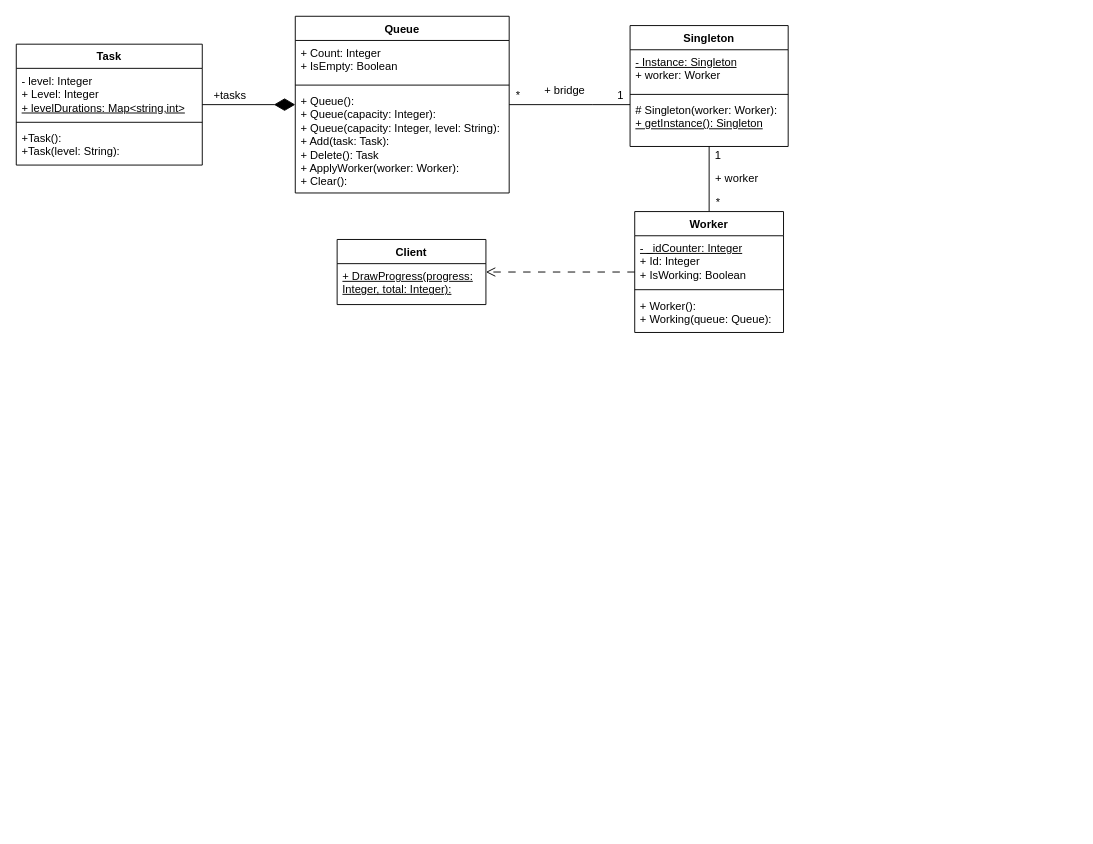
Above: lab01/lab01/Singleton.drawio.xml in UWU-Sharky/Shmakov_OOAP (draw.io), before the change. Source tidied: cells renumbered, new cells numbered last; positions are measured from the earlier drawing's top-left corner, leaving out a move shared by most shapes. Both pictures are drawn from the tidied source at 93%, with x=0, y=0 at pixel (16, 16).
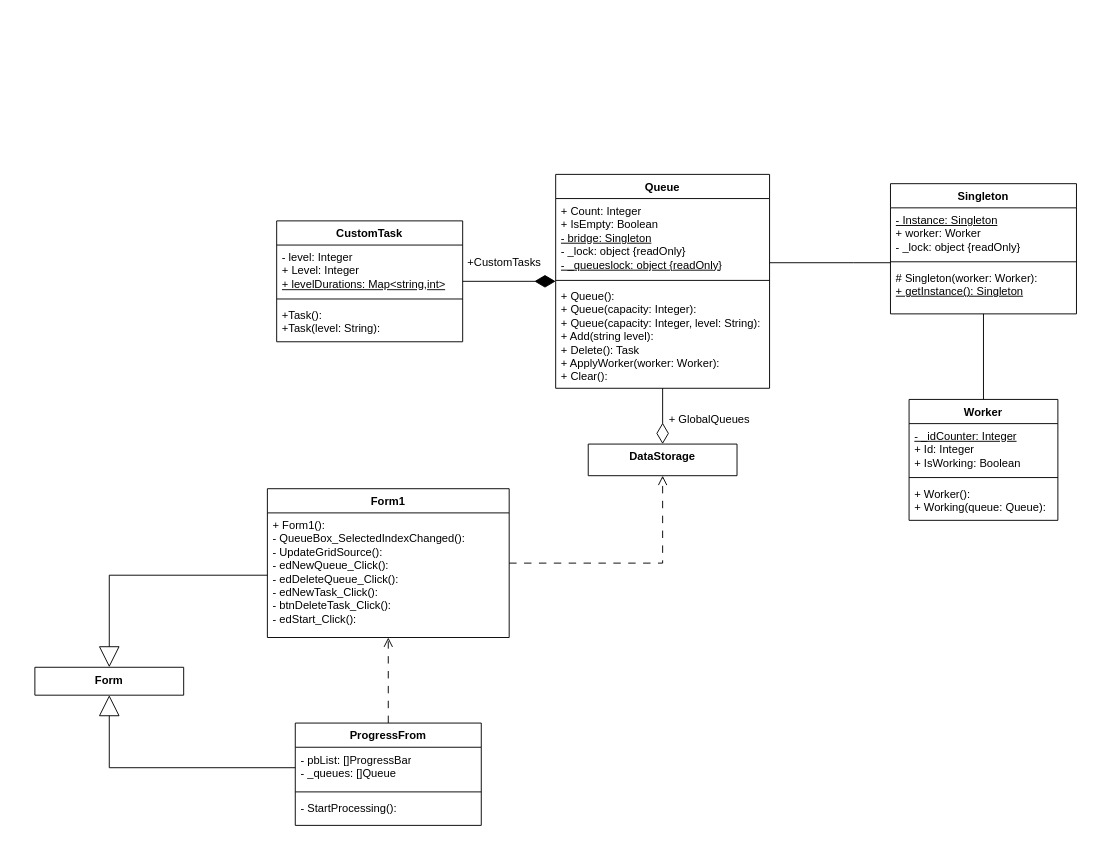
After the change.

Commit message (it also covers changes not shown here):
UPD Diagram

Diff of the diagram source:
```diff
@@
-    <mxCell id="2" value="Task" style="swimlane;fontStyle=1;align=center;verticalAlign=top;horizontal=1;startSize=26;whiteSpace=wrap;html=1;" parent="1" vertex="1">
-      <mxGeometry y="30" width="200" height="130" as="geometry" />
+    <mxCell id="2" value="CustomTask" style="swimlane;fontStyle=1;align=center;verticalAlign=top;horizontal=1;startSize=26;whiteSpace=wrap;html=1;" parent="1" vertex="1">
+      <mxGeometry x="280" y="220" width="200" height="130" as="geometry" />
     </mxCell>
@@
     <mxCell id="7" value="Queue" style="swimlane;fontStyle=1;align=center;verticalAlign=top;horizontal=1;startSize=26;whiteSpace=wrap;html=1;" parent="1" vertex="1">
-      <mxGeometry x="300" width="230" height="190" as="geometry" />
+      <mxGeometry x="580" y="170" width="230" height="230" as="geometry" />
     </mxCell>
-    <mxCell id="8" value="&lt;div&gt;+ Count: Integer&lt;/div&gt;&lt;div&gt;+ IsEmpty: Boolean&lt;/div&gt;" style="text;strokeColor=none;fillColor=none;align=left;verticalAlign=top;spacingLeft=4;spacingRight=4;overflow=hidden;whiteSpace=wrap;html=1;" parent="7" vertex="1">
-      <mxGeometry y="26" width="230" height="44" as="geometry" />
+    <mxCell id="8" value="&lt;div&gt;+ Count: Integer&lt;/div&gt;&lt;div&gt;+ IsEmpty: Boolean&lt;/div&gt;&lt;div&gt;&lt;u&gt;- bridge: Singleton&lt;/u&gt;&lt;/div&gt;&lt;div&gt;- _lock: object {readOnly}&lt;/div&gt;&lt;div&gt;&lt;u&gt;- _queueslock: object {readOnly}&lt;/u&gt;&lt;/div&gt;" style="text;strokeColor=none;fillColor=none;align=left;verticalAlign=top;spacingLeft=4;spacingRight=4;overflow=hidden;whiteSpace=wrap;html=1;" parent="7" vertex="1">
+      <mxGeometry y="26" width="230" height="84" as="geometry" />
     </mxCell>
     <mxCell id="9" style="line;strokeWidth=1;fillColor=none;align=left;verticalAlign=middle;spacingTop=-1;spacingLeft=3;spacingRight=3;labelPosition=right;strokeColor=inherit;" parent="7" vertex="1">
-      <mxGeometry y="70" width="230" height="8" as="geometry" />
+      <mxGeometry y="110" width="230" height="8" as="geometry" />
     </mxCell>
-    <mxCell id="10" value="+ Queue():&lt;div&gt;+&amp;nbsp;&lt;span style=&quot;background-color: transparent; color: light-dark(rgb(0, 0, 0), rgb(255, 255, 255));&quot;&gt;Queue(capacity: Integer):&lt;/span&gt;&lt;/div&gt;&lt;div&gt;+&amp;nbsp;&lt;span style=&quot;color: light-dark(rgb(0, 0, 0), rgb(255, 255, 255)); background-color: transparent;&quot;&gt;Queue(capacity: Integer, level: String):&lt;/span&gt;&lt;span style=&quot;background-color: transparent; color: light-dark(rgb(0, 0, 0), rgb(255, 255, 255));&quot;&gt;&lt;/span&gt;&lt;/div&gt;&lt;div&gt;+ Add(task: Task):&lt;/div&gt;&lt;div&gt;+ Delete(): Task&lt;/div&gt;&lt;div&gt;+ ApplyWorker(worker: Worker):&amp;nbsp;&lt;/div&gt;&lt;div&gt;+ Clear():&amp;nbsp;&lt;/div&gt;" style="text;strokeColor=none;fillColor=none;align=left;verticalAlign=top;spacingLeft=4;spacingRight=4;overflow=hidden;whiteSpace=wrap;html=1;" parent="7" vertex="1">
-      <mxGeometry y="78" width="230" height="112" as="geometry" />
+    <mxCell id="10" value="+ Queue():&lt;div&gt;+&amp;nbsp;&lt;span style=&quot;background-color: transparent; color: light-dark(rgb(0, 0, 0), rgb(255, 255, 255));&quot;&gt;Queue(capacity: Integer):&lt;/span&gt;&lt;/div&gt;&lt;div&gt;+&amp;nbsp;&lt;span style=&quot;color: light-dark(rgb(0, 0, 0), rgb(255, 255, 255)); background-color: transparent;&quot;&gt;Queue(capacity: Integer, level: String):&lt;/span&gt;&lt;span style=&quot;background-color: transparent; color: light-dark(rgb(0, 0, 0), rgb(255, 255, 255));&quot;&gt;&lt;/span&gt;&lt;/div&gt;&lt;div&gt;+ Add(string level):&lt;/div&gt;&lt;div&gt;+ Delete(): Task&lt;/div&gt;&lt;div&gt;+ ApplyWorker(worker: Worker):&amp;nbsp;&lt;/div&gt;&lt;div&gt;+ Clear():&amp;nbsp;&lt;/div&gt;" style="text;strokeColor=none;fillColor=none;align=left;verticalAlign=top;spacingLeft=4;spacingRight=4;overflow=hidden;whiteSpace=wrap;html=1;" parent="7" vertex="1">
+      <mxGeometry y="118" width="230" height="112" as="geometry" />
     </mxCell>
-    <mxCell id="11" value="+tasks" style="text;html=1;whiteSpace=wrap;strokeColor=none;fillColor=none;align=center;verticalAlign=middle;rounded=0;" parent="1" vertex="1">
-      <mxGeometry x="200" y="70" width="60" height="30" as="geometry" />
+    <mxCell id="11" value="+CustomTasks" style="text;html=1;whiteSpace=wrap;strokeColor=none;fillColor=none;align=center;verticalAlign=middle;rounded=0;" parent="1" vertex="1">
+      <mxGeometry x="490" y="250" width="70" height="30" as="geometry" />
     </mxCell>
     <mxCell id="12" style="edgeStyle=orthogonalEdgeStyle;rounded=0;jettySize=auto;html=1;endArrow=none;endFill=0;" parent="1" edge="1" source="13" target="7">
       <mxGeometry relative="1" as="geometry">
         <Array as="points">
-          <mxPoint x="620" y="95" />
-          <mxPoint x="620" y="95" />
+          <mxPoint x="900" y="265" />
+          <mxPoint x="900" y="265" />
         </Array>
       </mxGeometry>
     </mxCell>
     <mxCell id="13" value="Singleton" style="swimlane;fontStyle=1;align=center;verticalAlign=top;horizontal=1;startSize=26;whiteSpace=wrap;html=1;" parent="1" vertex="1">
-      <mxGeometry x="660" y="10" width="170" height="130" as="geometry" />
+      <mxGeometry x="940" y="180" width="200" height="140" as="geometry" />
     </mxCell>
-    <mxCell id="14" value="&lt;u&gt;- Instance: Singleton&lt;/u&gt;&lt;div&gt;+ worker: Worker&lt;/div&gt;" style="text;strokeColor=none;fillColor=none;align=left;verticalAlign=top;spacingLeft=4;spacingRight=4;overflow=hidden;whiteSpace=wrap;html=1;" parent="13" vertex="1">
-      <mxGeometry y="26" width="170" height="44" as="geometry" />
+    <mxCell id="14" value="&lt;u&gt;- Instance: Singleton&lt;/u&gt;&lt;div&gt;+ worker: Worker&lt;/div&gt;&lt;div&gt;- _lock: object {readOnly}&lt;/div&gt;" style="text;strokeColor=none;fillColor=none;align=left;verticalAlign=top;spacingLeft=4;spacingRight=4;overflow=hidden;whiteSpace=wrap;html=1;" parent="13" vertex="1">
+      <mxGeometry y="26" width="200" height="54" as="geometry" />
     </mxCell>
     <mxCell id="15" style="line;strokeWidth=1;fillColor=none;align=left;verticalAlign=middle;spacingTop=-1;spacingLeft=3;spacingRight=3;labelPosition=right;strokeColor=inherit;" parent="13" vertex="1">
-      <mxGeometry y="70" width="170" height="8" as="geometry" />
+      <mxGeometry y="80" width="200" height="8" as="geometry" />
     </mxCell>
     <mxCell id="16" value="# Singleton(worker: Worker):&lt;div&gt;&lt;u&gt;+ getInstance(): Singleton&lt;/u&gt;&lt;/div&gt;" style="text;strokeColor=none;fillColor=none;align=left;verticalAlign=top;spacingLeft=4;spacingRight=4;overflow=hidden;whiteSpace=wrap;html=1;" parent="13" vertex="1">
-      <mxGeometry y="78" width="170" height="52" as="geometry" />
+      <mxGeometry y="88" width="200" height="52" as="geometry" />
     </mxCell>
-    <mxCell id="17" value="+ bridge" style="text;html=1;whiteSpace=wrap;strokeColor=none;fillColor=none;align=center;verticalAlign=middle;rounded=0;" parent="1" vertex="1">
-      <mxGeometry x="560" y="65" width="60" height="30" as="geometry" />
-    </mxCell>
-    <mxCell id="18" value="1" style="text;html=1;whiteSpace=wrap;strokeColor=none;fillColor=none;align=center;verticalAlign=middle;rounded=0;" parent="1" vertex="1">
-      <mxGeometry x="640" y="75" width="20" height="20" as="geometry" />
-    </mxCell>
-    <mxCell id="19" value="*" style="text;html=1;whiteSpace=wrap;strokeColor=none;fillColor=none;align=center;verticalAlign=middle;rounded=0;" parent="1" vertex="1">
-      <mxGeometry x="530" y="75" width="20" height="20" as="geometry" />
-    </mxCell>
@@
-    <mxCell id="21" style="edgeStyle=orthogonalEdgeStyle;rounded=0;jettySize=auto;html=1;dashed=1;dashPattern=8 8;endArrow=open;endFill=0;endSize=8;" parent="1" edge="1" source="22" target="29">
-      <mxGeometry relative="1" as="geometry" />
-    </mxCell>
     <mxCell id="22" value="Worker" style="swimlane;fontStyle=1;align=center;verticalAlign=top;horizontal=1;startSize=26;whiteSpace=wrap;html=1;" parent="1" vertex="1">
-      <mxGeometry x="665" y="210" width="160" height="130" as="geometry" />
+      <mxGeometry x="960" y="412" width="160" height="130" as="geometry" />
     </mxCell>
@@
-    <mxCell id="26" value="+ worker" style="text;html=1;whiteSpace=wrap;strokeColor=none;fillColor=none;align=center;verticalAlign=middle;rounded=0;" parent="1" vertex="1">
-      <mxGeometry x="745" y="160" width="60" height="30" as="geometry" />
-    </mxCell>
-    <mxCell id="27" value="1" style="text;html=1;whiteSpace=wrap;strokeColor=none;fillColor=none;align=center;verticalAlign=middle;rounded=0;" parent="1" vertex="1">
-      <mxGeometry x="745" y="140" width="20" height="20" as="geometry" />
-    </mxCell>
-    <mxCell id="28" value="*" style="text;html=1;whiteSpace=wrap;strokeColor=none;fillColor=none;align=center;verticalAlign=middle;rounded=0;" parent="1" vertex="1">
-      <mxGeometry x="745" y="190" width="20" height="20" as="geometry" />
-    </mxCell>
-    <mxCell id="29" value="Client" style="swimlane;fontStyle=1;align=center;verticalAlign=top;horizontal=1;startSize=26;whiteSpace=wrap;html=1;" parent="1" vertex="1">
-      <mxGeometry x="345" y="240" width="160" height="70" as="geometry" />
-    </mxCell>
-    <mxCell id="30" value="&lt;u&gt;+ DrawProgress(progress: Integer, total: Integer):&lt;/u&gt;" style="text;strokeColor=none;fillColor=none;align=left;verticalAlign=top;spacingLeft=4;spacingRight=4;overflow=hidden;whiteSpace=wrap;html=1;" parent="29" vertex="1">
-      <mxGeometry y="26" width="160" height="44" as="geometry" />
-    </mxCell>
+    <mxCell id="31" style="edgeStyle=orthogonalEdgeStyle;rounded=0;jettySize=auto;html=1;entryX=0.5;entryY=1;entryDx=0;entryDy=0;dashed=1;dashPattern=8 8;endArrow=open;endFill=0;startSize=8;endSize=8;" parent="1" edge="1" source="32" target="35">
+      <mxGeometry relative="1" as="geometry" />
+    </mxCell>
+    <mxCell id="32" value="Form1" style="swimlane;fontStyle=1;align=center;verticalAlign=top;horizontal=1;startSize=26;whiteSpace=wrap;html=1;" parent="1" vertex="1">
+      <mxGeometry x="270" y="508" width="260" height="160" as="geometry" />
+    </mxCell>
+    <mxCell id="33" value="+ Form1():&lt;div&gt;- QueueBox_SelectedIndexChanged():&amp;nbsp;&lt;/div&gt;&lt;div&gt;- UpdateGridSource():&lt;/div&gt;&lt;div&gt;- edNewQueue_Click():&lt;/div&gt;&lt;div&gt;-&amp;nbsp;edDeleteQueue_Click():&lt;/div&gt;&lt;div&gt;-&amp;nbsp;edNewTask_Click():&lt;/div&gt;&lt;div&gt;- btnDeleteTask_Click():&amp;nbsp;&lt;/div&gt;&lt;div&gt;- edStart_Click():&lt;/div&gt;" style="text;strokeColor=none;fillColor=none;align=left;verticalAlign=top;spacingLeft=4;spacingRight=4;overflow=hidden;points=[[0,0.5],[1,0.5]];portConstraint=eastwest;whiteSpace=wrap;html=1;" parent="32" vertex="1">
+      <mxGeometry y="26" width="260" height="134" as="geometry" />
+    </mxCell>
+    <mxCell id="34" style="edgeStyle=orthogonalEdgeStyle;rounded=0;jettySize=auto;html=1;endArrow=none;endFill=0;startArrow=diamondThin;startFill=0;startSize=20;" parent="1" edge="1" source="35" target="7">
+      <mxGeometry relative="1" as="geometry" />
+    </mxCell>
+    <mxCell id="35" value="DataStorage&lt;div&gt;&lt;br&gt;&lt;/div&gt;" style="swimlane;fontStyle=1;align=center;verticalAlign=top;horizontal=1;startSize=34;whiteSpace=wrap;html=1;" parent="1" vertex="1">
+      <mxGeometry x="615" y="460" width="160" height="34" as="geometry" />
+    </mxCell>
+    <mxCell id="36" value="+ GlobalQueues" style="text;whiteSpace=wrap;" parent="1" vertex="1">
+      <mxGeometry x="700" y="420" width="90" height="20" as="geometry" />
+    </mxCell>
+    <mxCell id="37" style="edgeStyle=orthogonalEdgeStyle;rounded=0;jettySize=auto;html=1;entryX=0;entryY=0.5;entryDx=0;entryDy=0;endArrow=none;endFill=0;startArrow=block;startFill=0;startSize=20;" parent="1" edge="1" source="39" target="42">
+      <mxGeometry relative="1" as="geometry" />
+    </mxCell>
+    <mxCell id="38" style="edgeStyle=orthogonalEdgeStyle;rounded=0;jettySize=auto;html=1;entryX=0;entryY=0.5;entryDx=0;entryDy=0;endArrow=none;endFill=0;startArrow=block;startFill=0;startSize=20;" parent="1" edge="1" source="39" target="33">
+      <mxGeometry relative="1" as="geometry" />
+    </mxCell>
+    <mxCell id="39" value="Form" style="swimlane;fontStyle=1;align=center;verticalAlign=top;horizontal=1;startSize=34;whiteSpace=wrap;html=1;" parent="1" vertex="1">
+      <mxGeometry x="20" y="700" width="160" height="30" as="geometry" />
+    </mxCell>
+    <mxCell id="40" style="edgeStyle=orthogonalEdgeStyle;rounded=0;jettySize=auto;html=1;endArrow=open;endFill=0;endSize=8;dashed=1;dashPattern=8 8;" parent="1" edge="1" source="41" target="32">
+      <mxGeometry relative="1" as="geometry" />
+    </mxCell>
+    <mxCell id="41" value="ProgressFrom" style="swimlane;fontStyle=1;align=center;verticalAlign=top;horizontal=1;startSize=26;whiteSpace=wrap;html=1;" parent="1" vertex="1">
+      <mxGeometry x="300" y="760" width="200" height="110" as="geometry" />
+    </mxCell>
+    <mxCell id="42" value="- pbList: []ProgressBar&lt;div&gt;- _queues: []Queue&lt;/div&gt;" style="text;strokeColor=none;fillColor=none;align=left;verticalAlign=top;spacingLeft=4;spacingRight=4;overflow=hidden;points=[[0,0.5],[1,0.5]];portConstraint=eastwest;whiteSpace=wrap;html=1;" parent="41" vertex="1">
+      <mxGeometry y="26" width="200" height="44" as="geometry" />
+    </mxCell>
+    <mxCell id="43" style="line;strokeWidth=1;fillColor=none;align=left;verticalAlign=middle;spacingTop=-1;spacingLeft=3;spacingRight=3;labelPosition=right;strokeColor=inherit;" parent="41" vertex="1">
+      <mxGeometry y="70" width="200" height="8" as="geometry" />
+    </mxCell>
+    <mxCell id="44" value="- StartProcessing():&amp;nbsp;" style="text;strokeColor=none;fillColor=none;align=left;verticalAlign=top;spacingLeft=4;spacingRight=4;overflow=hidden;whiteSpace=wrap;html=1;" parent="41" vertex="1">
+      <mxGeometry y="78" width="200" height="32" as="geometry" />
+    </mxCell>
```
